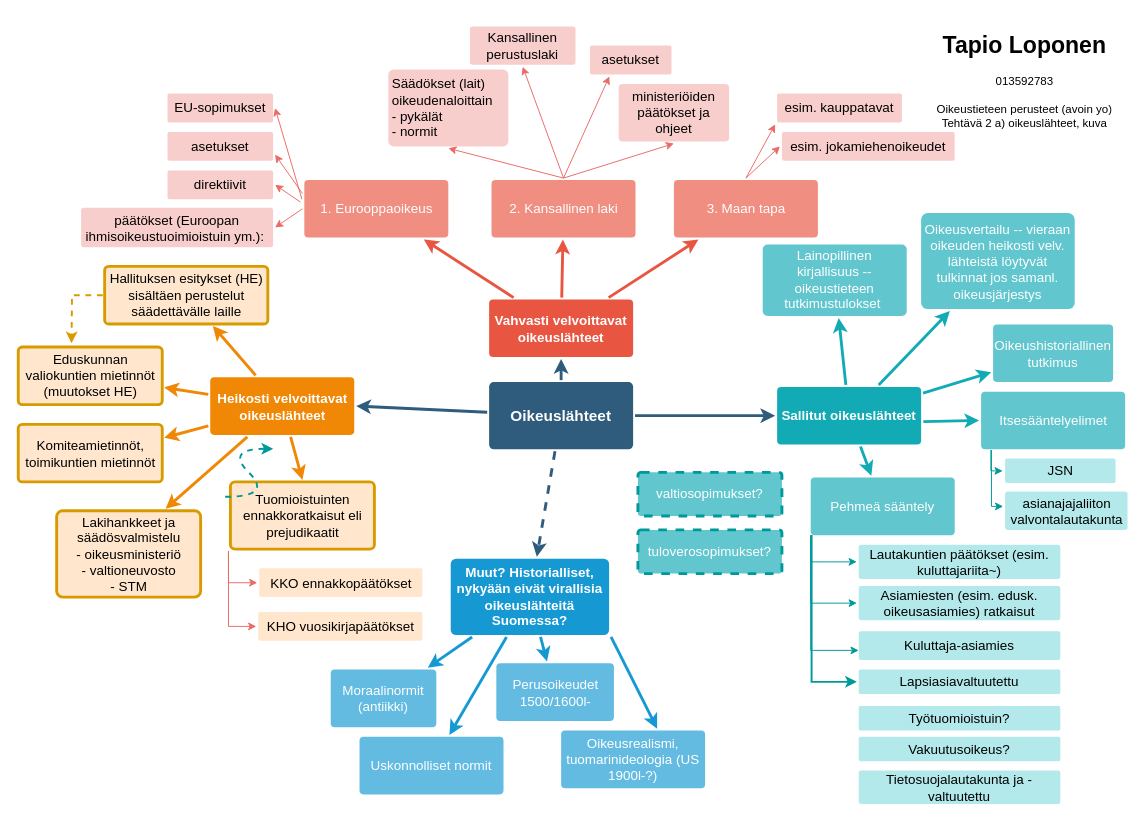
Above: Untitled Diagram.drawio in fellower/docs (draw.io), before the change. Source tidied: cells renumbered, new cells numbered last; positions are measured from the earlier drawing's top-left corner, leaving out a move shared by most shapes. Both pictures are drawn from the tidied source at 96%, with x=0, y=0 at pixel (17, 26).
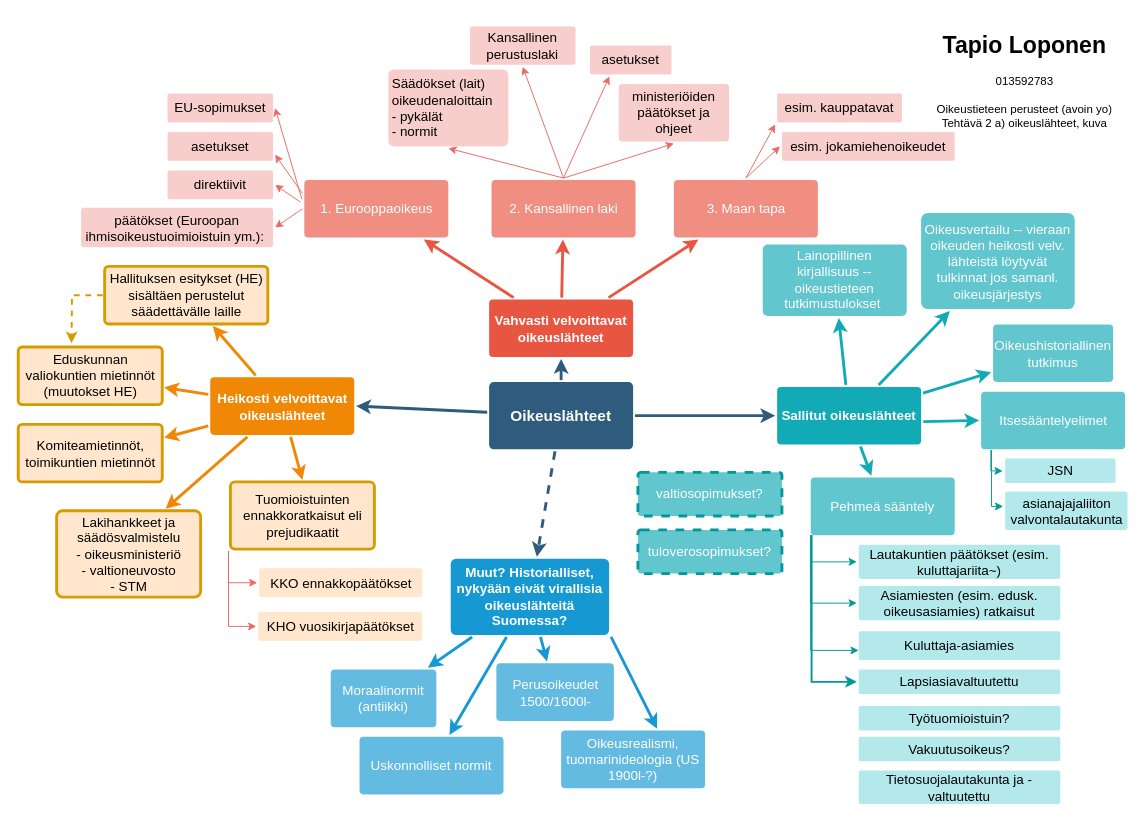
The same page after the edit.

Diff of the diagram source:
```diff
@@
-    <mxCell id="88" style="curved=1;endArrow=classic;html=1;dashed=1;strokeColor=#009999;strokeWidth=2;fontColor=#000000;" parent="1" edge="1">
-      <mxGeometry relative="1" as="geometry">
-        <mxPoint x="216" y="490" as="sourcePoint" />
-        <mxPoint x="266" y="440" as="targetPoint" />
-        <Array as="points">
-          <mxPoint x="266" y="490" />
-          <mxPoint x="216" y="440" />
-        </Array>
-      </mxGeometry>
-    </mxCell>
```
